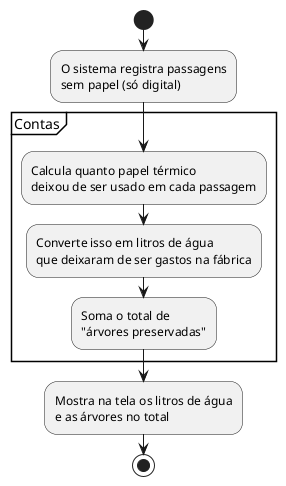
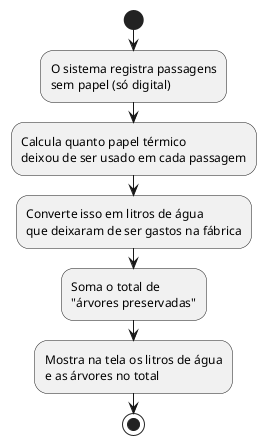
@startuml US04_Papel_Termico
start
:O sistema registra passagens\nsem papel (só digital);
- partition "Contas" {
-   :Calcula quanto papel térmico\ndeixou de ser usado em cada passagem;
-   :Converte isso em litros de água\nque deixaram de ser gastos na fábrica;
-   :Soma o total de\n"árvores preservadas";
- }
+ :Calcula quanto papel térmico\ndeixou de ser usado em cada passagem;
+ :Converte isso em litros de água\nque deixaram de ser gastos na fábrica;
+ :Soma o total de\n"árvores preservadas";
:Mostra na tela os litros de água\ne as árvores no total;
stop
@enduml
